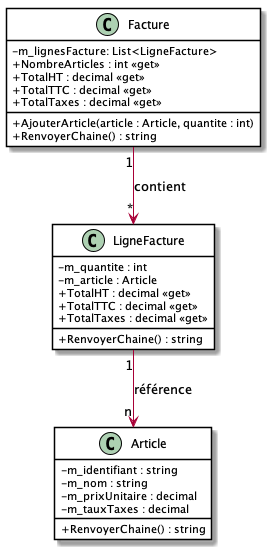
This is images/Module03_Association/diag/src/FactureDiagClasses_Exercices/FactureDiagClasses.png from PiFou86/420-W20-SF, a PlantUML export, as it was before one commit.
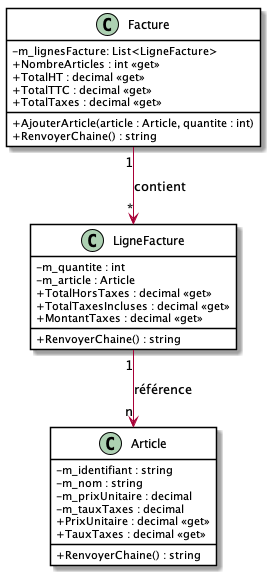
The same file after the commit.

Diff of the diagram source:
```diff
@@ -20,9 +20,9 @@
 class LigneFacture {
     - m_quantite : int
     - m_article : Article
-    + TotalHT : decimal <<get>>
-    + TotalTTC : decimal <<get>>
-    + TotalTaxes : decimal <<get>>
+    + TotalHorsTaxes : decimal <<get>>
+    + TotalTaxesIncluses : decimal <<get>>
+    + MontantTaxes : decimal <<get>>
     + RenvoyerChaine() : string
 }
 class Article {
@@ -30,6 +30,8 @@
     - m_nom : string
     - m_prixUnitaire : decimal
     - m_tauxTaxes : decimal
+    + PrixUnitaire : decimal <<get>>
+    + TauxTaxes : decimal <<get>>
     + RenvoyerChaine() : string
 }
 @enduml
```
